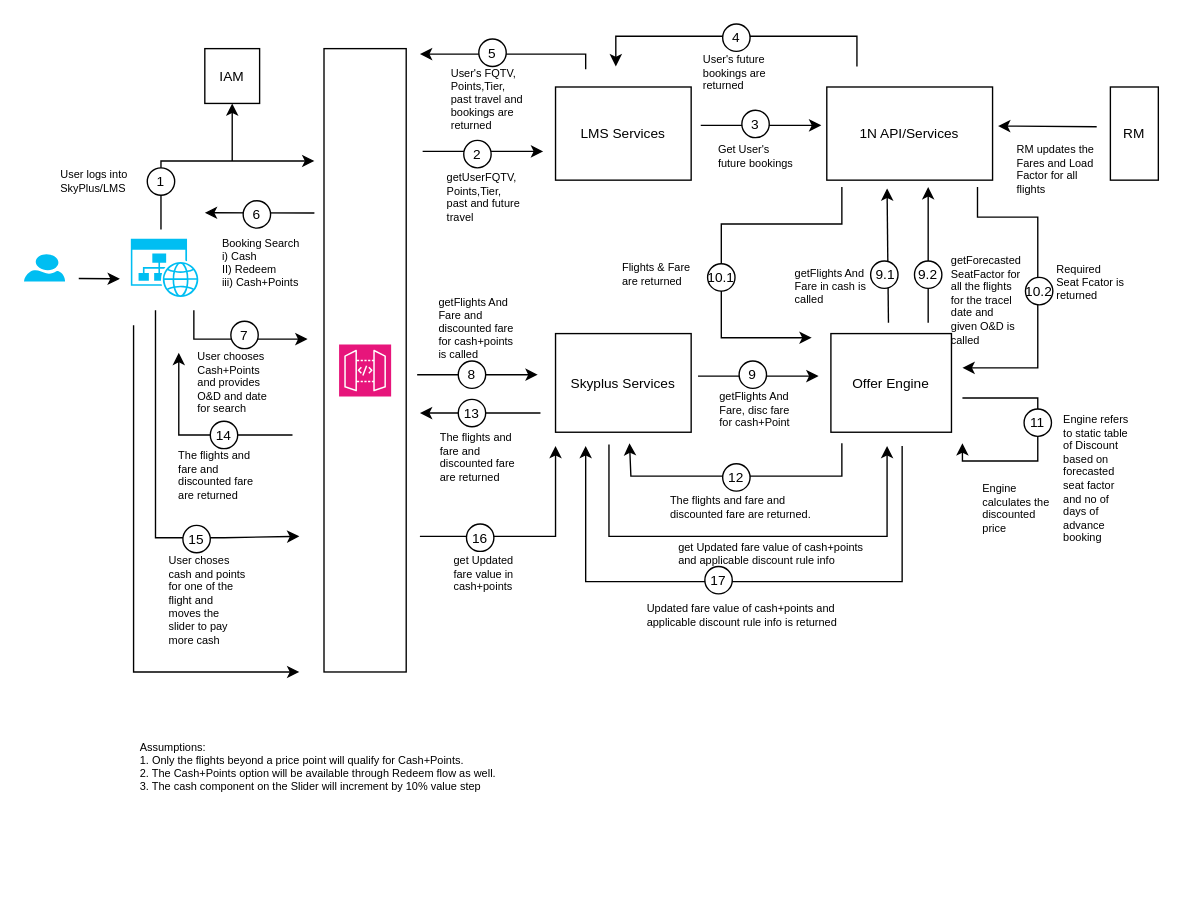
Above: page "Page-1" (1 of 2) of Copy of Copy of LM Data Flow.drawio in nchauhan4/drawings (draw.io), before the change. Source tidied: cells renumbered, new cells numbered last; positions are measured from the earlier drawing's top-left corner, leaving out a move shared by most shapes. Both pictures are drawn from the tidied source at 137%, with x=0, y=0 at pixel (23, 23).
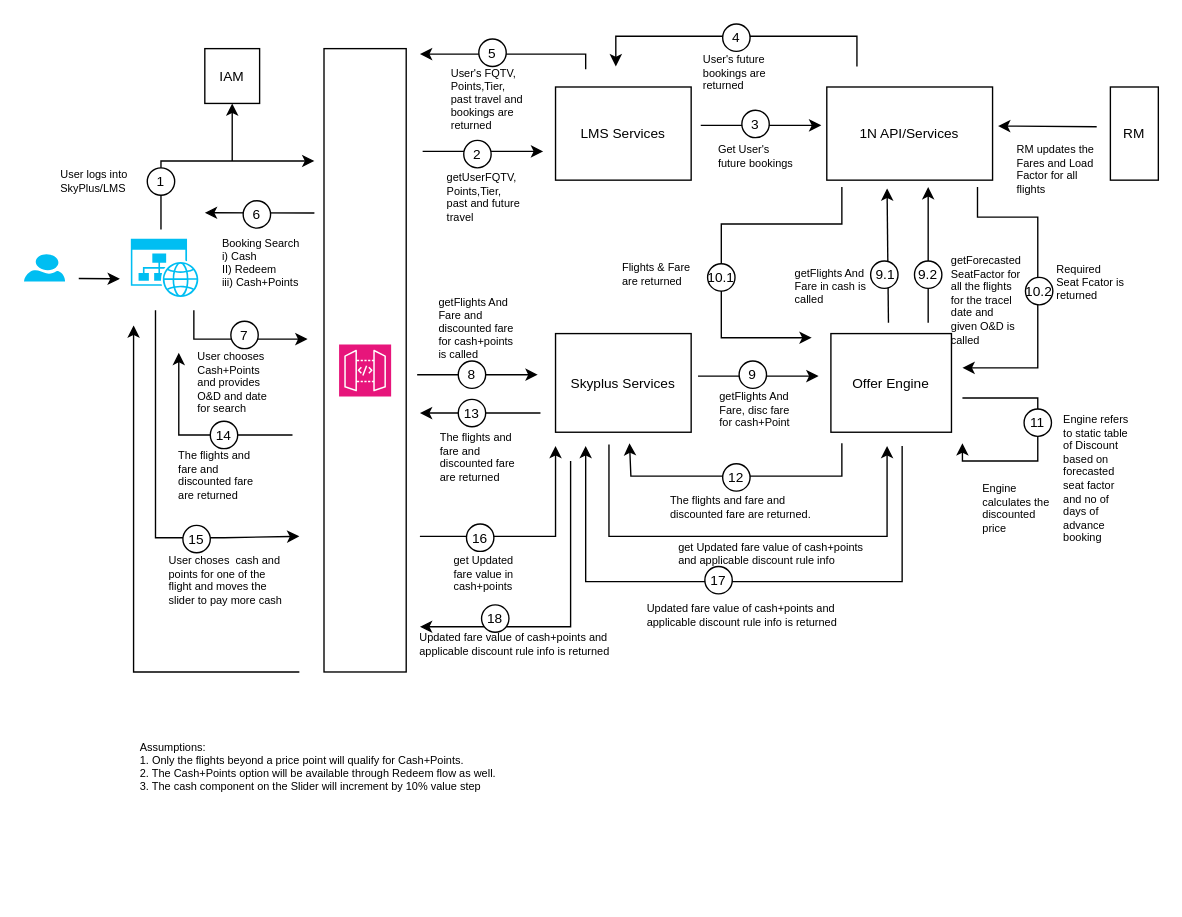
The same diagram, later.

Diff of the diagram source:
```diff
@@
     <mxCell id="86" value="User choses&amp;nbsp; cash and points for one of the flight and moves the slider to pay more cash" style="text;html=1;strokeColor=none;fillColor=none;align=left;verticalAlign=top;whiteSpace=wrap;rounded=0;fontSize=8;" parent="1" vertex="1">
-      <mxGeometry x="103.8" y="381" width="58.5" height="57" as="geometry" />
+      <mxGeometry x="103.8" y="381" width="86.2" height="57" as="geometry" />
     </mxCell>
@@
     <mxCell id="89" style="endArrow=classic;html=1;rounded=0;" parent="1" edge="1">
       <mxGeometry relative="1" as="geometry">
-        <mxPoint x="80" y="220" as="sourcePoint" />
-        <mxPoint x="201" y="473" as="targetPoint" />
+        <mxPoint x="201" y="473" as="sourcePoint" />
+        <mxPoint x="80" y="220" as="targetPoint" />
         <Array as="points">
+          <mxPoint x="135" y="473" />
           <mxPoint x="80" y="473" />
-          <mxPoint x="135" y="473" />
         </Array>
       </mxGeometry>
     </mxCell>
@@
+    <mxCell id="100" style="endArrow=classic;html=1;rounded=0;" parent="1" edge="1">
+      <mxGeometry relative="1" as="geometry">
+        <mxPoint x="399" y="319" as="sourcePoint" />
+        <mxPoint x="289" y="440" as="targetPoint" />
+        <Array as="points">
+          <mxPoint x="399" y="440" />
+        </Array>
+      </mxGeometry>
+    </mxCell>
+    <mxCell id="101" value="Updated fare value of cash+points and applicable discount rule info is returned" style="text;html=1;strokeColor=none;fillColor=none;align=left;verticalAlign=top;whiteSpace=wrap;rounded=0;fontSize=8;" parent="1" vertex="1">
+      <mxGeometry x="287" y="437" width="143" height="25" as="geometry" />
+    </mxCell>
+    <mxCell id="102" style="ellipse;whiteSpace=wrap;html=1;" parent="1" vertex="1">
+      <mxGeometry x="334" y="424" width="20" height="20" as="geometry" />
+    </mxCell>
+    <mxCell id="103" value="&lt;font style=&quot;font-size: 10px;&quot;&gt;18&lt;/font&gt;" style="text;html=1;strokeColor=none;fillColor=none;align=center;verticalAlign=middle;whiteSpace=wrap;rounded=0;" parent="1" vertex="1">
+      <mxGeometry x="329" y="424" width="30" height="20" as="geometry" />
+    </mxCell>
```
